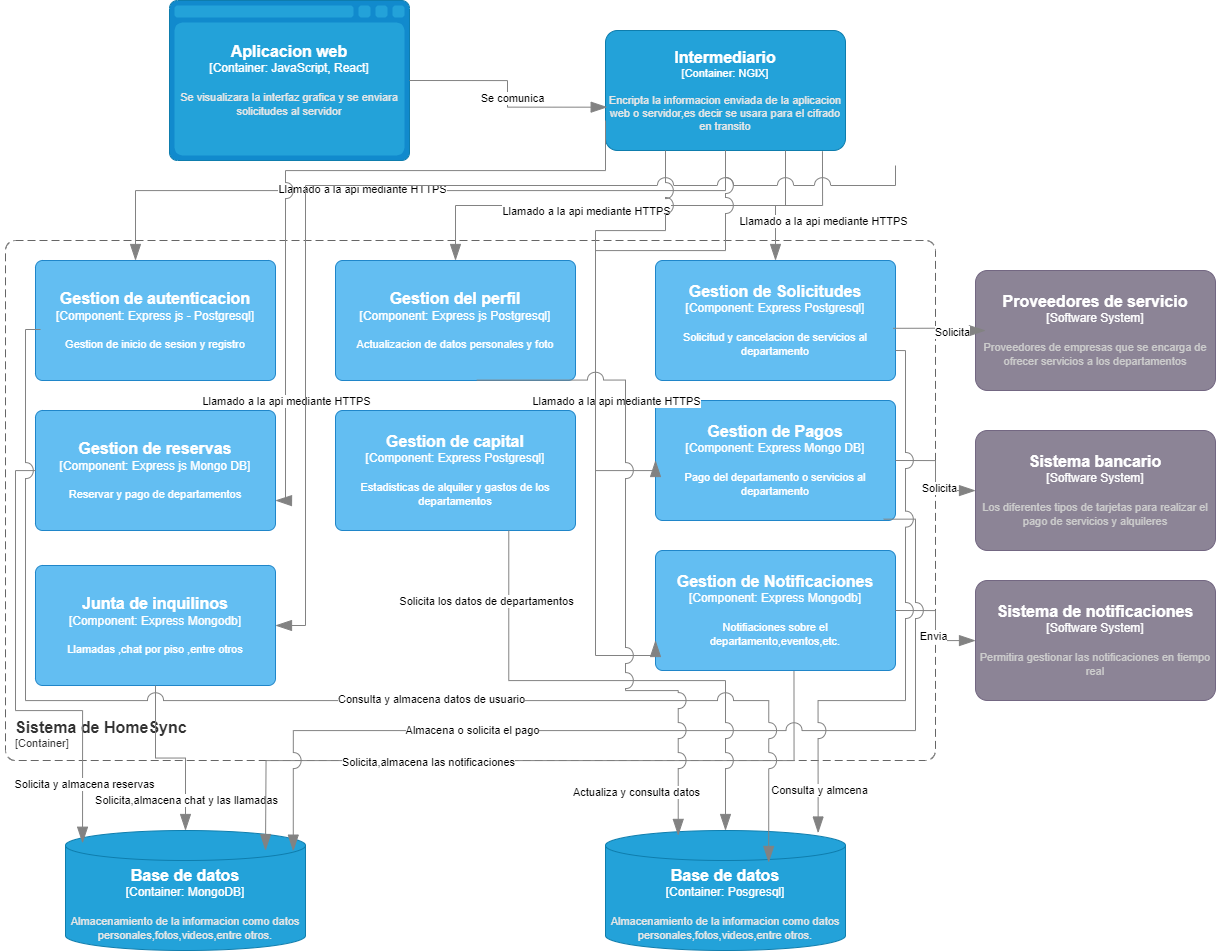
This is 5/5.3/Diagrama componentes.png from ulima-arqui242/arqui242-grupo4, a draw.io export, as it was before one commit. Source tidied: cells renumbered, new cells last; positions are measured from the earlier drawing's top-left corner, leaving out a move shared by most shapes.
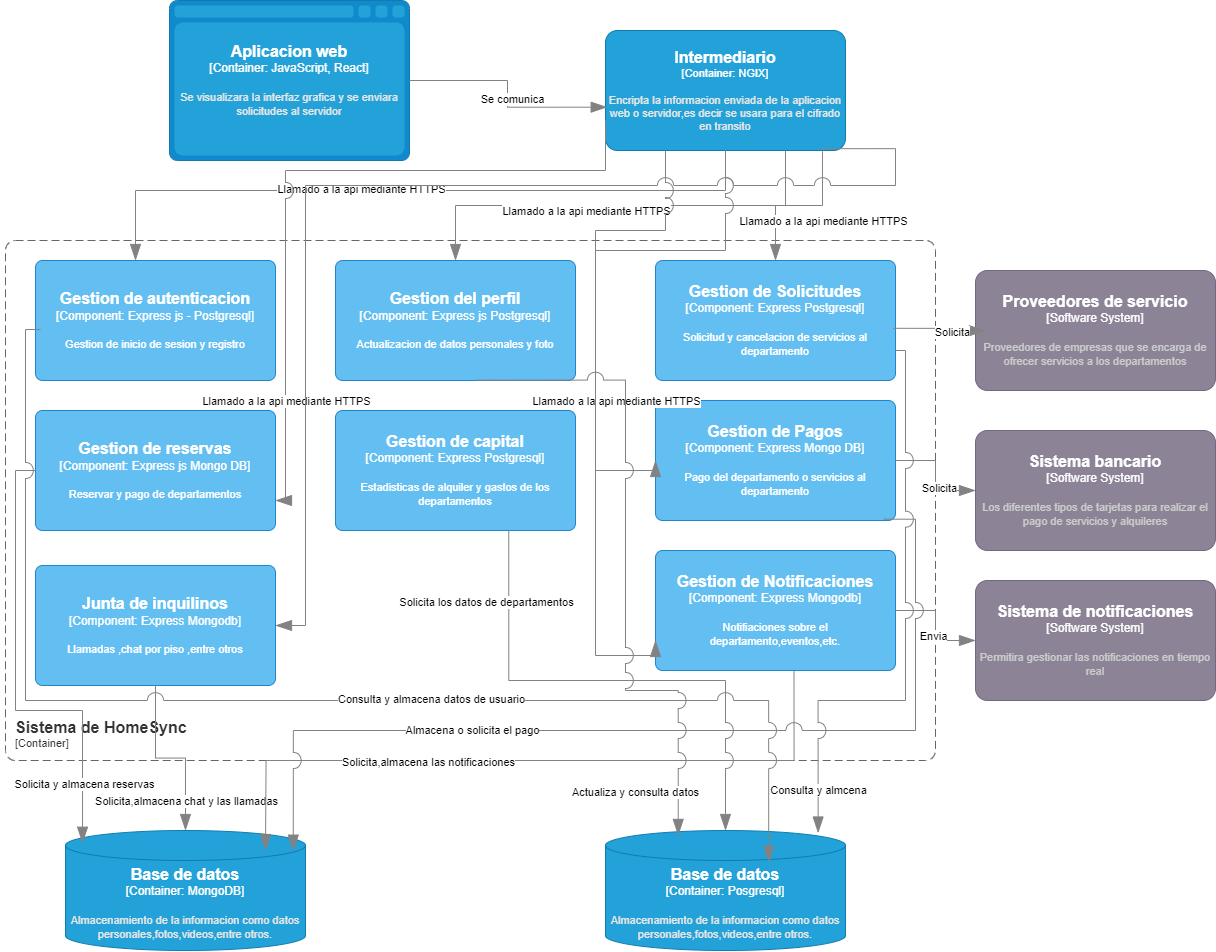
The same diagram one commit later.

Commit message:
Actualziacion del grafico

The edit, as a diff of the source:
```diff
@@ -150,10 +150,10 @@
       <mxGeometry x="280" y="400" as="geometry" />
     </mxCell>
     <object id="30" label="" c4Type="Relationship" placeholders="1">
-      <mxCell style="endArrow=blockThin;html=1;fontSize=10;fontColor=#404040;strokeWidth=1;endFill=1;strokeColor=#828282;elbow=vertical;endSize=14;startSize=14;jumpStyle=arc;jumpSize=16;rounded=0;edgeStyle=orthogonalEdgeStyle;" parent="1" edge="1" target="11">
+      <mxCell style="endArrow=blockThin;html=1;fontSize=10;fontColor=#404040;strokeWidth=1;endFill=1;strokeColor=#828282;elbow=vertical;endSize=14;startSize=14;jumpStyle=arc;jumpSize=16;rounded=0;edgeStyle=orthogonalEdgeStyle;exitX=0.893;exitY=0.985;exitDx=0;exitDy=0;exitPerimeter=0;" parent="1" edge="1" source="17" target="11">
         <mxGeometry relative="1" as="geometry">
-          <mxPoint x="890" y="165" as="sourcePoint" />
           <Array as="points">
+            <mxPoint x="890" y="148" />
             <mxPoint x="890" y="185" />
             <mxPoint x="300" y="185" />
             <mxPoint x="300" y="625" />
```
